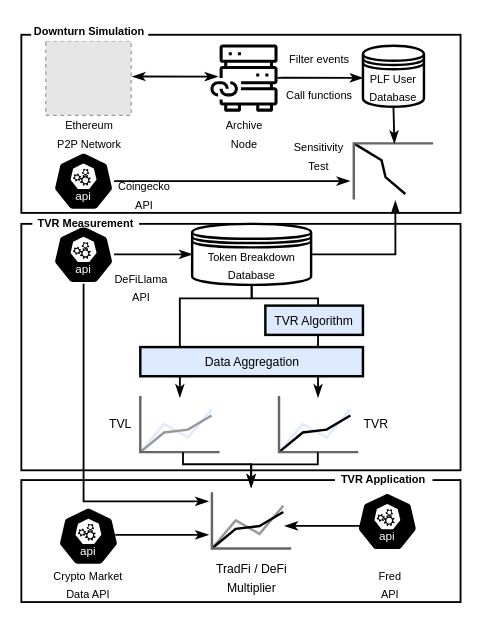
Earlier version of the draw.io diagram diagrams/data_pipeline.drawio (lyc0603/tvl-measurement). Source tidied: cells renumbered, new cells numbered last; positions are measured from the earlier drawing's top-left corner, leaving out a move shared by most shapes. Both pictures are drawn from the tidied source at 122%, with x=0, y=0 at pixel (21, 21). Pictures stored in the file or linked from it are replaced by grey dashed boxes.
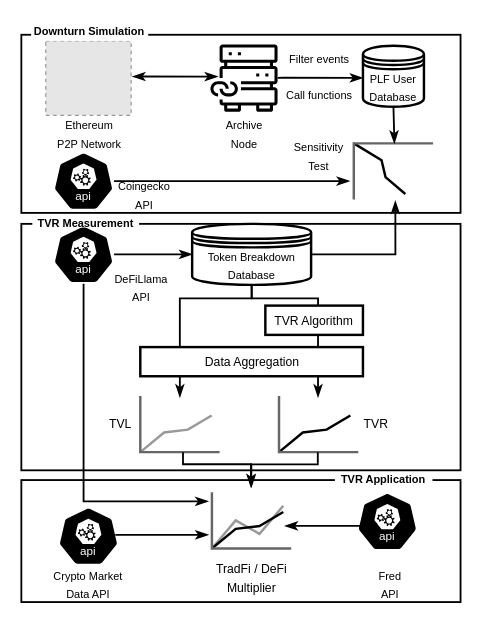
After the change.

Change to the diagram source:
```diff
@@
-    <mxCell id="7" value="&lt;font style=&quot;font-size: 10px;&quot;&gt;Data Aggregation&lt;/font&gt;" style="rounded=0;whiteSpace=wrap;html=1;strokeWidth=2;fillColor=#DDEAFF;" parent="1" vertex="1">
+    <mxCell id="7" value="&lt;font style=&quot;font-size: 10px;&quot;&gt;Data Aggregation&lt;/font&gt;" style="rounded=0;whiteSpace=wrap;html=1;strokeWidth=2;fillColor=#FFFFFF;" parent="1" vertex="1">
       <mxGeometry x="97.5" y="267" width="182.5" height="23.9" as="geometry" />
     </mxCell>
@@
-    <mxCell id="19" style="verticalLabelPosition=bottom;shadow=0;dashed=0;align=center;html=1;verticalAlign=top;strokeWidth=1;shape=mxgraph.mockup.graphics.lineChart;strokeColor=none;strokeColor2=#666666;strokeColor3=#999999;strokeColor4=#DDEAFF;fillColor=none;" parent="1" vertex="1">
+    <mxCell id="19" style="verticalLabelPosition=bottom;shadow=0;dashed=0;align=center;html=1;verticalAlign=top;strokeWidth=1;shape=mxgraph.mockup.graphics.lineChart;strokeColor=none;strokeColor2=#666666;strokeColor3=#999999;strokeColor4=#FFFFFF;fillColor=none;" parent="1" vertex="1">
       <mxGeometry x="97.5" y="307" width="65" height="46.1" as="geometry" />
     </mxCell>
-    <mxCell id="20" style="verticalLabelPosition=bottom;shadow=0;dashed=0;align=center;html=1;verticalAlign=top;strokeWidth=1;shape=mxgraph.mockup.graphics.lineChart;strokeColor=none;strokeColor2=#666666;strokeColor3=#000000;strokeColor4=#DDEAFF;fillColor=none;" parent="1" vertex="1">
+    <mxCell id="20" style="verticalLabelPosition=bottom;shadow=0;dashed=0;align=center;html=1;verticalAlign=top;strokeWidth=1;shape=mxgraph.mockup.graphics.lineChart;strokeColor=none;strokeColor2=#666666;strokeColor3=#000000;strokeColor4=#FFFFFF;fillColor=none;" parent="1" vertex="1">
       <mxGeometry x="211.2" y="307" width="65" height="46.1" as="geometry" />
     </mxCell>
@@
-    <mxCell id="22" value="&lt;font style=&quot;font-size: 10px;&quot;&gt;TVR Algorithm&lt;/font&gt;" style="rounded=0;whiteSpace=wrap;html=1;strokeWidth=2;fillColor=#DDEAFF;" parent="1" vertex="1">
+    <mxCell id="22" value="&lt;font style=&quot;font-size: 10px;&quot;&gt;TVR Algorithm&lt;/font&gt;" style="rounded=0;whiteSpace=wrap;html=1;strokeWidth=2;fillColor=#FFFFFF;" parent="1" vertex="1">
       <mxGeometry x="200" y="233" width="80" height="24" as="geometry" />
     </mxCell>
```
